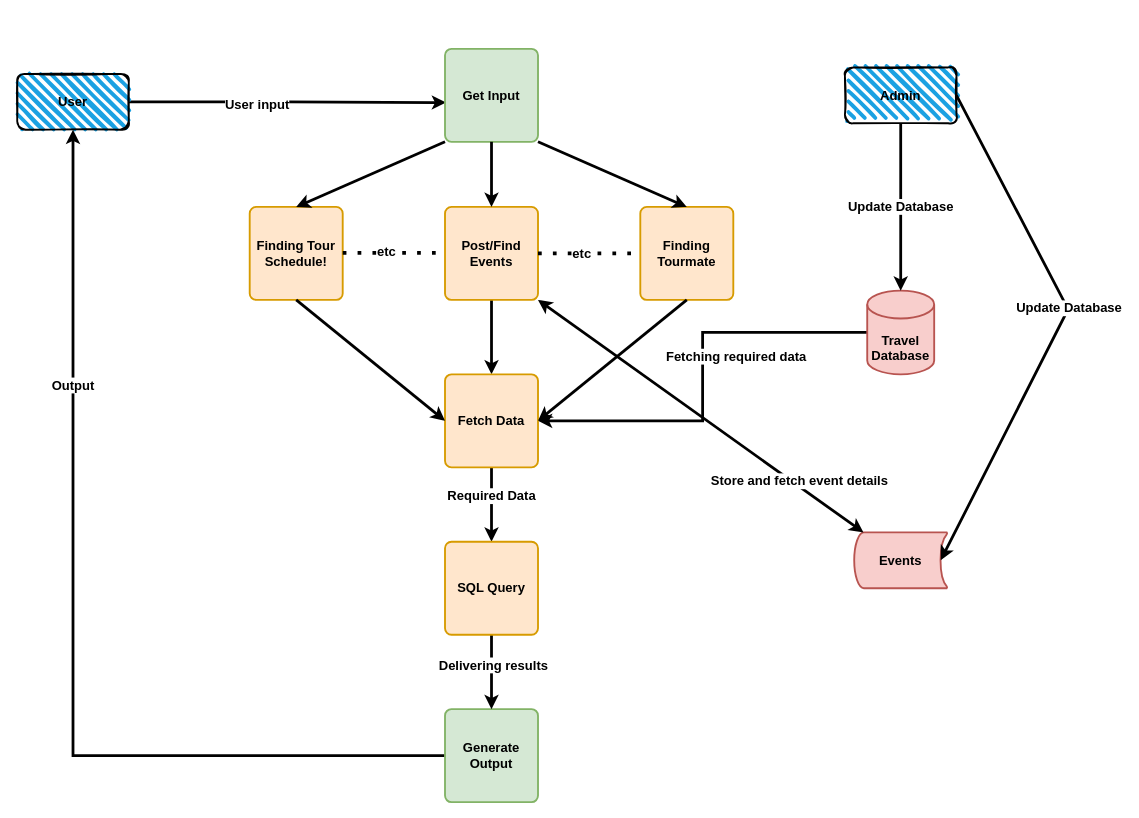
mahbubhimel/Html keeps this draw.io diagram as contextbjet.drawio. Above is the earlier version. Source tidied: cells renumbered, new cells numbered last; positions are measured from the earlier drawing's top-left corner, leaving out a move shared by most shapes. Both pictures are drawn from the tidied source at 93%, with x=0, y=0 at pixel (17, 48).
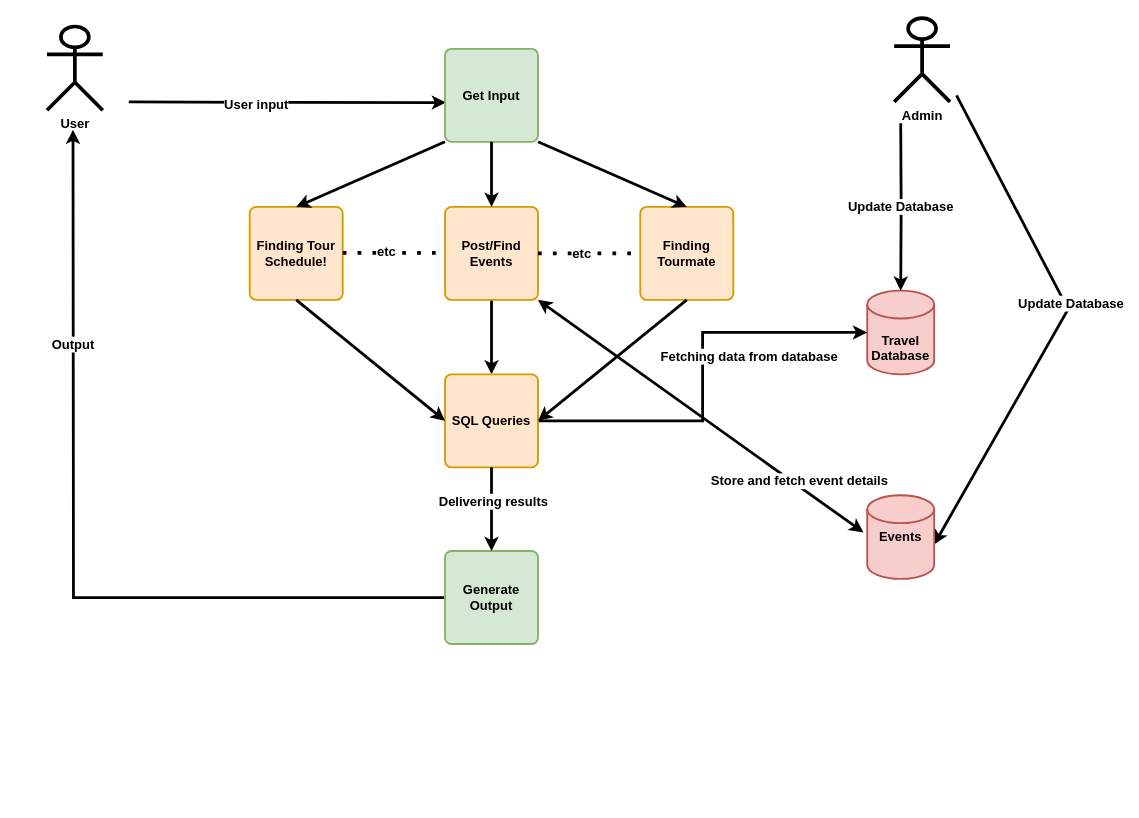
The same diagram, later.

The change refers to these unchanged cells:
```xml
<mxCell id="5" value="&lt;b&gt;Get Input&lt;/b&gt;" style="rounded=1;whiteSpace=wrap;html=1;absoluteArcSize=1;arcSize=14;strokeWidth=2;fontSize=14;fillColor=#d5e8d4;strokeColor=#82b366;" parent="1" vertex="1">
  <mxGeometry x="460" width="100" height="100" as="geometry" />
</mxCell>
<mxCell id="8" value="&lt;b&gt;&lt;br&gt;&lt;br&gt;Travel&lt;br&gt;Database&lt;/b&gt;" style="strokeWidth=2;html=1;shape=mxgraph.flowchart.database;whiteSpace=wrap;fontSize=14;fillColor=#f8cecc;strokeColor=#b85450;" parent="1" vertex="1">
  <mxGeometry x="914" y="260" width="72" height="90" as="geometry" />
</mxCell>
<mxCell id="14" value="&lt;b&gt;Post/Find Events&lt;/b&gt;" style="rounded=1;whiteSpace=wrap;html=1;absoluteArcSize=1;arcSize=14;strokeWidth=2;fontSize=14;fillColor=#ffe6cc;strokeColor=#d79b00;" parent="1" vertex="1">
  <mxGeometry x="460" y="170" width="100" height="100" as="geometry" />
</mxCell>
```

The edit, as a diff of the source:
```diff
@@
-    <mxCell id="2" style="edgeStyle=orthogonalEdgeStyle;rounded=0;jettySize=auto;html=1;entryX=0.011;entryY=0.578;entryDx=0;entryDy=0;entryPerimeter=0;fontSize=14;strokeWidth=3;" parent="1" edge="1" source="4" target="5">
-      <mxGeometry relative="1" as="geometry" />
+    <mxCell id="2" style="edgeStyle=orthogonalEdgeStyle;rounded=0;jettySize=auto;html=1;entryX=0.011;entryY=0.578;entryDx=0;entryDy=0;entryPerimeter=0;fontSize=14;strokeWidth=3;" parent="1" edge="1" target="5">
+      <mxGeometry relative="1" as="geometry">
+        <mxPoint x="120" y="57.1" as="sourcePoint" />
+      </mxGeometry>
     </mxCell>
@@
-    <mxCell id="4" value="&lt;b&gt;User&lt;/b&gt;" style="rounded=1;whiteSpace=wrap;html=1;strokeWidth=2;fillWeight=4;hachureGap=8;hachureAngle=45;fillColor=#1ba1e2;sketch=1;fontSize=14;" parent="1" vertex="1">
-      <mxGeometry y="27" width="120" height="60" as="geometry" />
-    </mxCell>
@@
-    <mxCell id="6" style="edgeStyle=orthogonalEdgeStyle;rounded=0;jettySize=auto;html=1;exitX=0;exitY=0.5;exitDx=0;exitDy=0;exitPerimeter=0;entryX=1;entryY=0.5;entryDx=0;entryDy=0;fontSize=14;strokeWidth=3;" parent="1" edge="1" source="8" target="18">
-      <mxGeometry relative="1" as="geometry" />
-    </mxCell>
-    <mxCell id="7" value="&lt;b&gt;Fetching required data&lt;/b&gt;" style="edgeLabel;html=1;align=center;verticalAlign=middle;fontSize=14;" parent="6" vertex="1">
-      <mxGeometry x="-0.39" y="-2" relative="1" as="geometry">
-        <mxPoint x="-5" y="27" as="offset" />
-      </mxGeometry>
-    </mxCell>
@@
-    <mxCell id="10" value="&lt;b&gt;Update Database&lt;/b&gt;" style="edgeStyle=orthogonalEdgeStyle;rounded=0;jettySize=auto;html=1;exitX=0.5;exitY=1;exitDx=0;exitDy=0;entryX=0.5;entryY=0;entryDx=0;entryDy=0;entryPerimeter=0;fontSize=14;strokeWidth=3;" parent="1" edge="1" source="11" target="8">
-      <mxGeometry relative="1" as="geometry" />
+    <mxCell id="10" value="&lt;b&gt;Update Database&lt;/b&gt;" style="edgeStyle=orthogonalEdgeStyle;rounded=0;jettySize=auto;html=1;exitX=0.5;exitY=1;exitDx=0;exitDy=0;entryX=0.5;entryY=0;entryDx=0;entryDy=0;entryPerimeter=0;fontSize=14;strokeWidth=3;" parent="1" edge="1" target="8">
+      <mxGeometry relative="1" as="geometry">
+        <mxPoint x="950" y="80" as="sourcePoint" />
+      </mxGeometry>
     </mxCell>
-    <mxCell id="11" value="&lt;b&gt;Admin&lt;/b&gt;" style="rounded=1;whiteSpace=wrap;html=1;strokeWidth=2;fillWeight=4;hachureGap=8;hachureAngle=45;fillColor=#1ba1e2;sketch=1;fontSize=14;" parent="1" vertex="1">
-      <mxGeometry x="890" y="20" width="120" height="60" as="geometry" />
-    </mxCell>
-    <mxCell id="12" value="&lt;b&gt;Events&lt;/b&gt;" style="strokeWidth=2;html=1;shape=mxgraph.flowchart.stored_data;whiteSpace=wrap;fontSize=14;fillColor=#f8cecc;strokeColor=#b85450;" parent="1" vertex="1">
-      <mxGeometry x="900" y="520" width="100" height="60" as="geometry" />
-    </mxCell>
@@
-    <mxCell id="16" style="edgeStyle=orthogonalEdgeStyle;rounded=0;jumpSize=10;jettySize=auto;html=1;entryX=0.5;entryY=0;entryDx=0;entryDy=0;fontSize=14;strokeWidth=3;" parent="1" edge="1" source="18" target="37">
-      <mxGeometry relative="1" as="geometry" />
-    </mxCell>
-    <mxCell id="17" value="&lt;b&gt;Required Data&lt;/b&gt;" style="edgeLabel;html=1;align=center;verticalAlign=middle;fontSize=14;" parent="16" vertex="1">
-      <mxGeometry x="-0.24" y="-1" relative="1" as="geometry" />
-    </mxCell>
+    <mxCell id="38" style="edgeStyle=orthogonalEdgeStyle;rounded=0;jettySize=auto;html=1;exitX=1;exitY=0.5;exitDx=0;exitDy=0;entryX=0;entryY=0.5;entryDx=0;entryDy=0;entryPerimeter=0;strokeWidth=3;" parent="1" edge="1" source="18" target="8">
+      <mxGeometry relative="1" as="geometry" />
+    </mxCell>
+    <mxCell id="39" value="&lt;b&gt;&lt;font style=&quot;font-size: 14px;&quot;&gt;Fetching data from database&lt;/font&gt;&lt;/b&gt;" style="edgeLabel;html=1;align=center;verticalAlign=middle;" parent="38" vertex="1">
+      <mxGeometry x="0.46" y="-2" relative="1" as="geometry">
+        <mxPoint x="-7" y="23" as="offset" />
+      </mxGeometry>
+    </mxCell>
-    <mxCell id="18" value="&lt;b&gt;Fetch Data&lt;/b&gt;" style="rounded=1;whiteSpace=wrap;html=1;absoluteArcSize=1;arcSize=14;strokeWidth=2;fontSize=14;fillColor=#ffe6cc;strokeColor=#d79b00;" parent="1" vertex="1">
+    <mxCell id="18" value="&lt;b&gt;SQL Queries&lt;/b&gt;" style="rounded=1;whiteSpace=wrap;html=1;absoluteArcSize=1;arcSize=14;strokeWidth=2;fontSize=14;fillColor=#ffe6cc;strokeColor=#d79b00;" parent="1" vertex="1">
       <mxGeometry x="460" y="350" width="100" height="100" as="geometry" />
     </mxCell>
-    <mxCell id="19" style="edgeStyle=orthogonalEdgeStyle;rounded=0;jettySize=auto;html=1;exitX=0;exitY=0.5;exitDx=0;exitDy=0;entryX=0.5;entryY=1;entryDx=0;entryDy=0;fontSize=14;strokeWidth=3;" parent="1" edge="1" source="21" target="4">
-      <mxGeometry relative="1" as="geometry" />
+    <mxCell id="19" style="edgeStyle=orthogonalEdgeStyle;rounded=0;jettySize=auto;html=1;exitX=0;exitY=0.5;exitDx=0;exitDy=0;entryX=0.5;entryY=1;entryDx=0;entryDy=0;fontSize=14;strokeWidth=3;" parent="1" edge="1" source="21">
+      <mxGeometry relative="1" as="geometry">
+        <mxPoint x="60" y="87" as="targetPoint" />
+      </mxGeometry>
     </mxCell>
@@
     <mxCell id="21" value="&lt;b&gt;Generate Output&lt;/b&gt;" style="rounded=1;whiteSpace=wrap;html=1;absoluteArcSize=1;arcSize=14;strokeWidth=2;fontSize=14;fillColor=#d5e8d4;strokeColor=#82b366;" parent="1" vertex="1">
-      <mxGeometry x="460" y="710" width="100" height="100" as="geometry" />
+      <mxGeometry x="460" y="540" width="100" height="100" as="geometry" />
     </mxCell>
@@
-    <mxCell id="25" style="endArrow=classic;startArrow=classic;html=1;rounded=0;fontSize=14;exitX=1;exitY=1;exitDx=0;exitDy=0;entryX=0.1;entryY=0;entryDx=0;entryDy=0;entryPerimeter=0;strokeWidth=3;" parent="1" edge="1" source="14" target="12">
-      <mxGeometry relative="1" as="geometry" />
+    <mxCell id="25" style="endArrow=classic;startArrow=classic;html=1;rounded=0;fontSize=14;exitX=1;exitY=1;exitDx=0;exitDy=0;entryX=0.1;entryY=0;entryDx=0;entryDy=0;entryPerimeter=0;strokeWidth=3;" parent="1" edge="1" source="14">
+      <mxGeometry relative="1" as="geometry">
+        <mxPoint x="910" y="520" as="targetPoint" />
+      </mxGeometry>
     </mxCell>
@@
-    <mxCell id="27" style="endArrow=classic;html=1;rounded=0;fontSize=14;entryX=0.93;entryY=0.5;entryDx=0;entryDy=0;entryPerimeter=0;strokeWidth=3;" parent="1" edge="1" target="12">
+    <mxCell id="27" style="endArrow=classic;html=1;rounded=0;fontSize=14;entryX=0.998;entryY=0.59;entryDx=0;entryDy=0;entryPerimeter=0;strokeWidth=3;" parent="1" edge="1" target="12">
       <mxGeometry relative="1" as="geometry">
         <mxPoint x="1010" y="50" as="sourcePoint" />
         <Array as="points">
           <mxPoint x="1130" y="280" />
         </Array>
       </mxGeometry>
     </mxCell>
@@
-    <mxCell id="35" style="edgeStyle=orthogonalEdgeStyle;rounded=0;jumpSize=10;jettySize=auto;html=1;exitX=0.5;exitY=1;exitDx=0;exitDy=0;entryX=0.5;entryY=0;entryDx=0;entryDy=0;fontSize=14;strokeWidth=3;" parent="1" edge="1" source="37" target="21">
+    <mxCell id="35" style="edgeStyle=orthogonalEdgeStyle;rounded=0;jumpSize=10;jettySize=auto;html=1;exitX=0.5;exitY=1;exitDx=0;exitDy=0;entryX=0.5;entryY=0;entryDx=0;entryDy=0;fontSize=14;strokeWidth=3;" parent="1" edge="1" source="18" target="21">
       <mxGeometry relative="1" as="geometry" />
     </mxCell>
@@
-    <mxCell id="37" value="&lt;b&gt;SQL Query&lt;/b&gt;" style="rounded=1;whiteSpace=wrap;html=1;absoluteArcSize=1;arcSize=14;strokeWidth=2;fontSize=14;fillColor=#ffe6cc;strokeColor=#d79b00;" parent="1" vertex="1">
-      <mxGeometry x="460" y="530" width="100" height="100" as="geometry" />
-    </mxCell>
+    <mxCell id="12" value="&lt;b&gt;Events&lt;/b&gt;" style="strokeWidth=2;html=1;shape=mxgraph.flowchart.database;whiteSpace=wrap;fontSize=14;fillColor=#f8cecc;strokeColor=#b85450;" parent="1" vertex="1">
+      <mxGeometry x="914" y="480" width="72" height="90" as="geometry" />
+    </mxCell>
+    <mxCell id="4" value="&lt;b&gt;User&lt;/b&gt;" style="shape=umlActor;verticalLabelPosition=bottom;verticalAlign=top;html=1;fontSize=14;strokeWidth=4;" parent="1" vertex="1">
+      <mxGeometry x="32" y="-24" width="60" height="90" as="geometry" />
+    </mxCell>
+    <mxCell id="11" value="&lt;b&gt;Admin&lt;/b&gt;" style="shape=umlActor;verticalLabelPosition=bottom;verticalAlign=top;html=1;fontSize=14;strokeWidth=4;" parent="1" vertex="1">
+      <mxGeometry x="943" y="-33" width="60" height="90" as="geometry" />
+    </mxCell>
```
